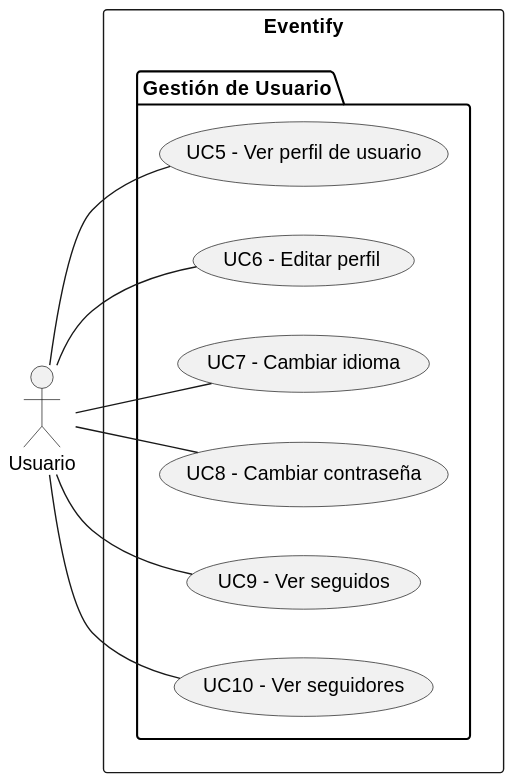
This is Requisitos/Casos de Uso/diagramas/UseCaseDiagramUserManagement.svg from valeraruggierotesisucv/tesis-frameworks-mobile-diagrams, a PlantUML export, as it was before one commit. Source of this version:
```plantuml
@startuml
    left to right direction
    actor "Usuario" as usuario
    rectangle "Eventify" {
        package "Gestión de Usuario" {
            usecase "UC5 - Ver perfil de usuario" as verPerfil
            usecase "UC6 - Editar perfil" as editarPerfil
            usecase "UC7 - Cambiar idioma" as cambiarIdioma
            usecase "UC8 - Cambiar contraseña" as cambiarContrasena
            usecase "UC9 - Ver seguidos" as verSeguidos
            usecase "UC10 - Ver seguidores" as verSeguidores
        }
    }

    usuario -- verPerfil
    usuario -- editarPerfil
    usuario -- cambiarIdioma
    usuario -- cambiarContrasena
    usuario -- verSeguidos
    usuario -- verSeguidores
@enduml
```
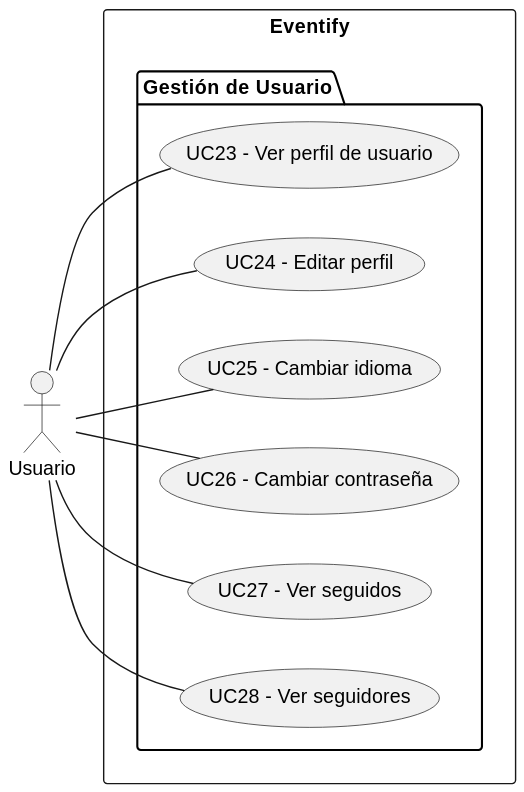
Above is the later version.

Diff of the diagram source:
```diff
@@ -3,12 +3,12 @@
     actor "Usuario" as usuario
     rectangle "Eventify" {
         package "Gestión de Usuario" {
-            usecase "UC5 - Ver perfil de usuario" as verPerfil
-            usecase "UC6 - Editar perfil" as editarPerfil
-            usecase "UC7 - Cambiar idioma" as cambiarIdioma
-            usecase "UC8 - Cambiar contraseña" as cambiarContrasena
-            usecase "UC9 - Ver seguidos" as verSeguidos
-            usecase "UC10 - Ver seguidores" as verSeguidores
+            usecase "UC23 - Ver perfil de usuario" as verPerfil
+            usecase "UC24 - Editar perfil" as editarPerfil
+            usecase "UC25 - Cambiar idioma" as cambiarIdioma
+            usecase "UC26 - Cambiar contraseña" as cambiarContrasena
+            usecase "UC27 - Ver seguidos" as verSeguidos
+            usecase "UC28 - Ver seguidores" as verSeguidores
         }
     }
 
```
